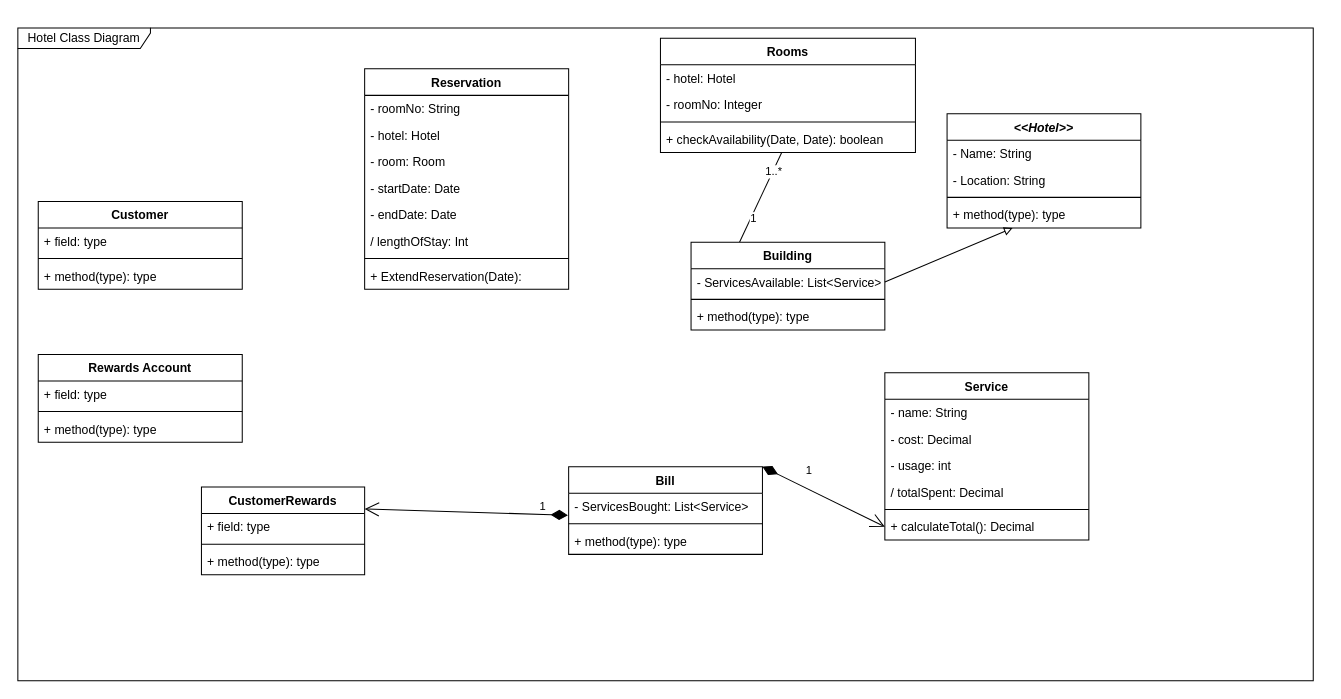
This is Assign2 Hotel Class Diagram.drawio from Darren-ODonnell/BusinessModellingDiagrams, a draw.io file, before an edit. Source tidied: cells renumbered, new cells numbered last; positions are measured from the earlier drawing's top-left corner, leaving out a move shared by most shapes. Both pictures are drawn from the tidied source at 102%, with x=0, y=0 at pixel (17, 28).
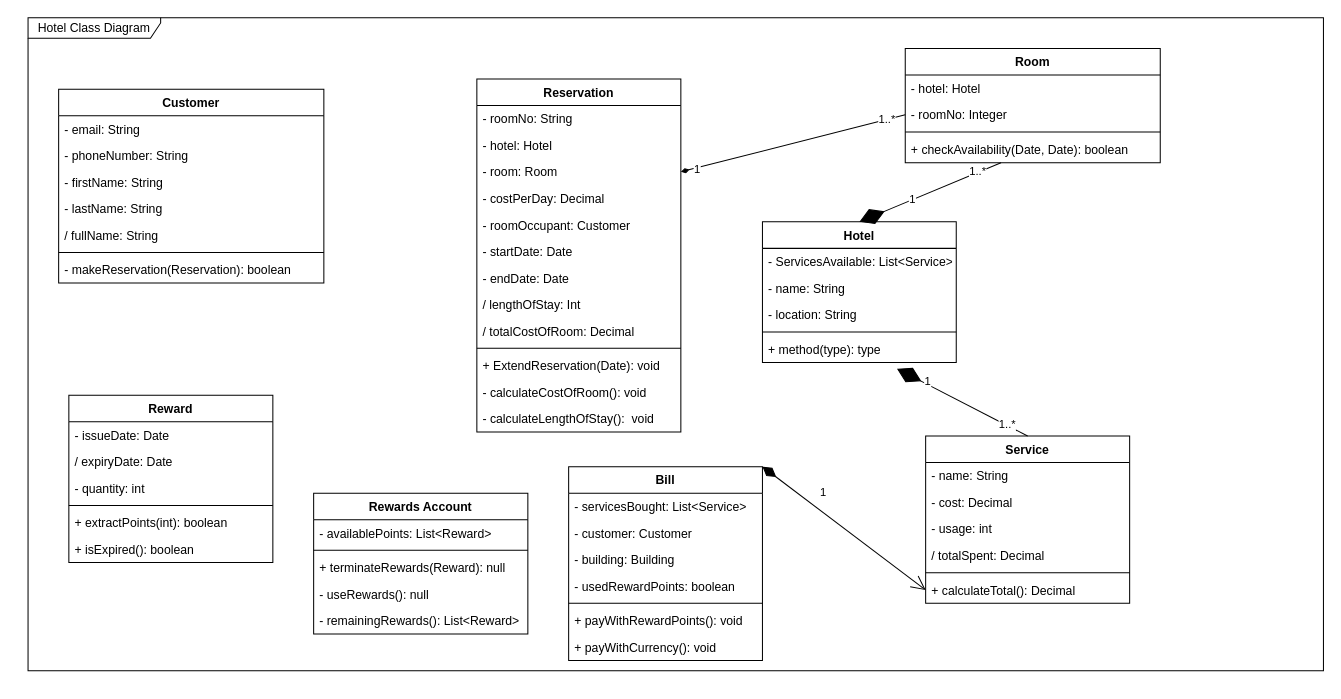
After the change.

The change refers to these unchanged cells:
```xml
<mxCell id="10" value="- room: Room" style="text;strokeColor=none;fillColor=none;align=left;verticalAlign=top;spacingLeft=4;spacingRight=4;overflow=hidden;points=[[0,0.5],[1,0.5]];portConstraint=eastwest;" parent="7" vertex="1">
  <mxGeometry y="78" width="200" height="26" as="geometry" />
</mxCell>
<mxCell id="47" value="- ServicesAvailable: List&lt;Service&gt;" style="text;strokeColor=none;fillColor=none;align=left;verticalAlign=top;spacingLeft=4;spacingRight=4;overflow=hidden;points=[[0,0.5],[1,0.5]];portConstraint=eastwest;" parent="46" vertex="1">
  <mxGeometry y="26" width="190" height="26" as="geometry" />
</mxCell>
<mxCell id="52" value="- roomNo: Integer" style="text;strokeColor=none;fillColor=none;align=left;verticalAlign=top;spacingLeft=4;spacingRight=4;overflow=hidden;points=[[0,0.5],[1,0.5]];portConstraint=eastwest;" parent="50" vertex="1">
  <mxGeometry y="52" width="250" height="26" as="geometry" />
</mxCell>
<mxCell id="54" value="+ checkAvailability(Date, Date): boolean" style="text;strokeColor=none;fillColor=none;align=left;verticalAlign=top;spacingLeft=4;spacingRight=4;overflow=hidden;points=[[0,0.5],[1,0.5]];portConstraint=eastwest;" parent="50" vertex="1">
  <mxGeometry y="86" width="250" height="26" as="geometry" />
</mxCell>
```

Change to the diagram source:
```diff
@@
     <mxCell id="2" value="Hotel Class Diagram" style="shape=umlFrame;whiteSpace=wrap;html=1;width=130;height=20;" parent="1" vertex="1">
-      <mxGeometry width="1270" height="640" as="geometry" />
+      <mxGeometry x="10" y="-10" width="1270" height="640" as="geometry" />
     </mxCell>
     <mxCell id="3" value="Customer" style="swimlane;fontStyle=1;align=center;verticalAlign=top;horizontal=1;startSize=26;" parent="1" vertex="1">
-      <mxGeometry x="20" y="170" width="200" height="86" as="geometry" />
+      <mxGeometry x="40" y="60" width="260" height="190" as="geometry" />
     </mxCell>
-    <mxCell id="4" value="+ field: type" style="text;strokeColor=none;fillColor=none;align=left;verticalAlign=top;spacingLeft=4;spacingRight=4;overflow=hidden;" parent="3" vertex="1">
-      <mxGeometry y="26" width="200" height="26" as="geometry" />
+    <mxCell id="4" value="- email: String" style="text;strokeColor=none;fillColor=none;align=left;verticalAlign=top;spacingLeft=4;spacingRight=4;overflow=hidden;" parent="3" vertex="1">
+      <mxGeometry y="26" width="260" height="26" as="geometry" />
     </mxCell>
+    <mxCell id="55" value="- phoneNumber: String" style="text;strokeColor=none;fillColor=none;align=left;verticalAlign=top;spacingLeft=4;spacingRight=4;overflow=hidden;" parent="3" vertex="1">
+      <mxGeometry y="52" width="260" height="26" as="geometry" />
+    </mxCell>
+    <mxCell id="56" value="- firstName: String" style="text;strokeColor=none;fillColor=none;align=left;verticalAlign=top;spacingLeft=4;spacingRight=4;overflow=hidden;" parent="3" vertex="1">
+      <mxGeometry y="78" width="260" height="26" as="geometry" />
+    </mxCell>
+    <mxCell id="57" value="- lastName: String" style="text;strokeColor=none;fillColor=none;align=left;verticalAlign=top;spacingLeft=4;spacingRight=4;overflow=hidden;" parent="3" vertex="1">
+      <mxGeometry y="104" width="260" height="26" as="geometry" />
+    </mxCell>
+    <mxCell id="58" value="/ fullName: String" style="text;strokeColor=none;fillColor=none;align=left;verticalAlign=top;spacingLeft=4;spacingRight=4;overflow=hidden;" parent="3" vertex="1">
+      <mxGeometry y="130" width="260" height="26" as="geometry" />
+    </mxCell>
     <mxCell id="5" style="line;strokeWidth=1;fillColor=none;align=left;verticalAlign=middle;spacingTop=-1;spacingLeft=3;spacingRight=3;labelPosition=right;" parent="3" vertex="1">
-      <mxGeometry y="52" width="200" height="8" as="geometry" />
+      <mxGeometry y="156" width="260" height="8" as="geometry" />
     </mxCell>
-    <mxCell id="6" value="+ method(type): type" style="text;strokeColor=none;fillColor=none;align=left;verticalAlign=top;spacingLeft=4;spacingRight=4;overflow=hidden;" parent="3" vertex="1">
-      <mxGeometry y="60" width="200" height="26" as="geometry" />
+    <mxCell id="6" value="- makeReservation(Reservation): boolean" style="text;strokeColor=none;fillColor=none;align=left;verticalAlign=top;spacingLeft=4;spacingRight=4;overflow=hidden;" parent="3" vertex="1">
+      <mxGeometry y="164" width="260" height="26" as="geometry" />
     </mxCell>
     <mxCell id="7" value="Reservation" style="swimlane;fontStyle=1;align=center;verticalAlign=top;horizontal=1;startSize=26;" parent="1" vertex="1">
-      <mxGeometry x="340" y="40" width="200" height="216" as="geometry" />
+      <mxGeometry x="450" y="50" width="200" height="346" as="geometry" />
     </mxCell>
@@
+    <mxCell id="59" value="- costPerDay: Decimal" style="text;strokeColor=none;fillColor=none;align=left;verticalAlign=top;spacingLeft=4;spacingRight=4;overflow=hidden;" parent="7" vertex="1">
+      <mxGeometry y="104" width="200" height="26" as="geometry" />
+    </mxCell>
+    <mxCell id="60" value="- roomOccupant: Customer" style="text;strokeColor=none;fillColor=none;align=left;verticalAlign=top;spacingLeft=4;spacingRight=4;overflow=hidden;" parent="7" vertex="1">
+      <mxGeometry y="130" width="200" height="26" as="geometry" />
+    </mxCell>
     <mxCell id="11" value="- startDate: Date" style="text;strokeColor=none;fillColor=none;align=left;verticalAlign=top;spacingLeft=4;spacingRight=4;overflow=hidden;" parent="7" vertex="1">
-      <mxGeometry y="104" width="200" height="26" as="geometry" />
+      <mxGeometry y="156" width="200" height="26" as="geometry" />
     </mxCell>
     <mxCell id="12" value="- endDate: Date" style="text;strokeColor=none;fillColor=none;align=left;verticalAlign=top;spacingLeft=4;spacingRight=4;overflow=hidden;" parent="7" vertex="1">
-      <mxGeometry y="130" width="200" height="26" as="geometry" />
+      <mxGeometry y="182" width="200" height="26" as="geometry" />
     </mxCell>
     <mxCell id="13" value="/ lengthOfStay: Int" style="text;strokeColor=none;fillColor=none;align=left;verticalAlign=top;spacingLeft=4;spacingRight=4;overflow=hidden;" parent="7" vertex="1">
-      <mxGeometry y="156" width="200" height="26" as="geometry" />
+      <mxGeometry y="208" width="200" height="26" as="geometry" />
     </mxCell>
+    <mxCell id="61" value="/ totalCostOfRoom: Decimal" style="text;strokeColor=none;fillColor=none;align=left;verticalAlign=top;spacingLeft=4;spacingRight=4;overflow=hidden;" parent="7" vertex="1">
+      <mxGeometry y="234" width="200" height="26" as="geometry" />
+    </mxCell>
     <mxCell id="14" style="line;strokeWidth=1;fillColor=none;align=left;verticalAlign=middle;spacingTop=-1;spacingLeft=3;spacingRight=3;labelPosition=right;" parent="7" vertex="1">
-      <mxGeometry y="182" width="200" height="8" as="geometry" />
+      <mxGeometry y="260" width="200" height="8" as="geometry" />
     </mxCell>
-    <mxCell id="15" value="+ ExtendReservation(Date): " style="text;strokeColor=none;fillColor=none;align=left;verticalAlign=top;spacingLeft=4;spacingRight=4;overflow=hidden;" parent="7" vertex="1">
-      <mxGeometry y="190" width="200" height="26" as="geometry" />
+    <mxCell id="15" value="+ ExtendReservation(Date): void" style="text;strokeColor=none;fillColor=none;align=left;verticalAlign=top;spacingLeft=4;spacingRight=4;overflow=hidden;" parent="7" vertex="1">
+      <mxGeometry y="268" width="200" height="26" as="geometry" />
     </mxCell>
-    <mxCell id="16" style="edgeStyle=none;rounded=0;jettySize=auto;html=1;exitX=0.25;exitY=0;exitDx=0;exitDy=0;endArrow=none;endFill=0;" parent="1" edge="1" source="46" target="54">
-      <mxGeometry relative="1" as="geometry" />
-    </mxCell>
-    <mxCell id="17" value="1" style="edgeLabel;html=1;align=center;verticalAlign=middle;" parent="16" vertex="1">
-      <mxGeometry x="-0.46" y="-2" relative="1" as="geometry">
-        <mxPoint y="-1" as="offset" />
-      </mxGeometry>
-    </mxCell>
-    <mxCell id="18" value="1..*" style="edgeLabel;html=1;align=center;verticalAlign=middle;" parent="16" vertex="1">
-      <mxGeometry x="0.59" relative="1" as="geometry" />
-    </mxCell>
-    <mxCell id="19" value="&lt;&lt;Hotel&gt;&gt;" style="swimlane;fontStyle=3;align=center;verticalAlign=top;horizontal=1;startSize=26;" parent="1" vertex="1">
-      <mxGeometry x="911" y="84" width="190" height="112" as="geometry" />
-    </mxCell>
-    <mxCell id="20" value="- Name: String" style="text;strokeColor=none;fillColor=none;align=left;verticalAlign=top;spacingLeft=4;spacingRight=4;overflow=hidden;" parent="19" vertex="1">
-      <mxGeometry y="26" width="190" height="26" as="geometry" />
-    </mxCell>
-    <mxCell id="21" value="- Location: String" style="text;strokeColor=none;fillColor=none;align=left;verticalAlign=top;spacingLeft=4;spacingRight=4;overflow=hidden;" parent="19" vertex="1">
-      <mxGeometry y="52" width="190" height="26" as="geometry" />
-    </mxCell>
-    <mxCell id="22" style="line;strokeWidth=1;fillColor=none;align=left;verticalAlign=middle;spacingTop=-1;spacingLeft=3;spacingRight=3;labelPosition=right;" parent="19" vertex="1">
-      <mxGeometry y="78" width="190" height="8" as="geometry" />
-    </mxCell>
-    <mxCell id="23" value="+ method(type): type" style="text;strokeColor=none;fillColor=none;align=left;verticalAlign=top;spacingLeft=4;spacingRight=4;overflow=hidden;points=[[0,0.5],[1,0.5]];portConstraint=eastwest;" parent="19" vertex="1">
-      <mxGeometry y="86" width="190" height="26" as="geometry" />
-    </mxCell>
+    <mxCell id="62" value="- calculateCostOfRoom(): void" style="text;strokeColor=none;fillColor=none;align=left;verticalAlign=top;spacingLeft=4;spacingRight=4;overflow=hidden;" parent="7" vertex="1">
+      <mxGeometry y="294" width="200" height="26" as="geometry" />
+    </mxCell>
+    <mxCell id="63" value="- calculateLengthOfStay():  void" style="text;strokeColor=none;fillColor=none;align=left;verticalAlign=top;spacingLeft=4;spacingRight=4;overflow=hidden;" parent="7" vertex="1">
+      <mxGeometry y="320" width="200" height="26" as="geometry" />
+    </mxCell>
     <mxCell id="24" value="Service" style="swimlane;fontStyle=1;align=center;verticalAlign=top;horizontal=1;startSize=26;" parent="1" vertex="1">
-      <mxGeometry x="850" y="338" width="200" height="164" as="geometry" />
+      <mxGeometry x="890" y="400" width="200" height="164" as="geometry" />
     </mxCell>
@@
     <mxCell id="31" value="Bill" style="swimlane;fontStyle=1;align=center;verticalAlign=top;horizontal=1;startSize=26;" parent="1" vertex="1">
-      <mxGeometry x="540" y="430" width="190" height="86" as="geometry" />
+      <mxGeometry x="540" y="430" width="190" height="190" as="geometry" />
     </mxCell>
-    <mxCell id="32" value="- ServicesBought: List&lt;Service&gt;" style="text;strokeColor=none;fillColor=none;align=left;verticalAlign=top;spacingLeft=4;spacingRight=4;overflow=hidden;points=[[0,0.5],[1,0.5]];portConstraint=eastwest;" parent="31" vertex="1">
+    <mxCell id="32" value="- servicesBought: List&lt;Service&gt;" style="text;strokeColor=none;fillColor=none;align=left;verticalAlign=top;spacingLeft=4;spacingRight=4;overflow=hidden;points=[[0,0.5],[1,0.5]];portConstraint=eastwest;" parent="31" vertex="1">
       <mxGeometry y="26" width="190" height="26" as="geometry" />
     </mxCell>
+    <mxCell id="64" value="- customer: Customer " style="text;strokeColor=none;fillColor=none;align=left;verticalAlign=top;spacingLeft=4;spacingRight=4;overflow=hidden;" parent="31" vertex="1">
+      <mxGeometry y="52" width="190" height="26" as="geometry" />
+    </mxCell>
+    <mxCell id="65" value="- building: Building" style="text;strokeColor=none;fillColor=none;align=left;verticalAlign=top;spacingLeft=4;spacingRight=4;overflow=hidden;" parent="31" vertex="1">
+      <mxGeometry y="78" width="190" height="26" as="geometry" />
+    </mxCell>
+    <mxCell id="66" value="- usedRewardPoints: boolean" style="text;strokeColor=none;fillColor=none;align=left;verticalAlign=top;spacingLeft=4;spacingRight=4;overflow=hidden;" parent="31" vertex="1">
+      <mxGeometry y="104" width="190" height="26" as="geometry" />
+    </mxCell>
     <mxCell id="33" style="line;strokeWidth=1;fillColor=none;align=left;verticalAlign=middle;spacingTop=-1;spacingLeft=3;spacingRight=3;labelPosition=right;" parent="31" vertex="1">
-      <mxGeometry y="52" width="190" height="8" as="geometry" />
+      <mxGeometry y="130" width="190" height="8" as="geometry" />
     </mxCell>
-    <mxCell id="34" value="+ method(type): type" style="text;strokeColor=none;fillColor=none;align=left;verticalAlign=top;spacingLeft=4;spacingRight=4;overflow=hidden;" parent="31" vertex="1">
-      <mxGeometry y="60" width="190" height="26" as="geometry" />
+    <mxCell id="34" value="+ payWithRewardPoints(): void" style="text;strokeColor=none;fillColor=none;align=left;verticalAlign=top;spacingLeft=4;spacingRight=4;overflow=hidden;" parent="31" vertex="1">
+      <mxGeometry y="138" width="190" height="26" as="geometry" />
     </mxCell>
+    <mxCell id="67" value="+ payWithCurrency(): void" style="text;strokeColor=none;fillColor=none;align=left;verticalAlign=top;spacingLeft=4;spacingRight=4;overflow=hidden;" parent="31" vertex="1">
+      <mxGeometry y="164" width="190" height="26" as="geometry" />
+    </mxCell>
-    <mxCell id="35" value="CustomerRewards" style="swimlane;fontStyle=1;align=center;verticalAlign=top;horizontal=1;startSize=26;" parent="1" vertex="1">
-      <mxGeometry x="180" y="450" width="160" height="86" as="geometry" />
+    <mxCell id="35" value="Reward" style="swimlane;fontStyle=1;align=center;verticalAlign=top;horizontal=1;startSize=26;" parent="1" vertex="1">
+      <mxGeometry x="50" y="360" width="200" height="164" as="geometry" />
     </mxCell>
-    <mxCell id="36" value="+ field: type" style="text;strokeColor=none;fillColor=none;align=left;verticalAlign=top;spacingLeft=4;spacingRight=4;overflow=hidden;" parent="35" vertex="1">
-      <mxGeometry y="26" width="160" height="26" as="geometry" />
+    <mxCell id="36" value="- issueDate: Date" style="text;strokeColor=none;fillColor=none;align=left;verticalAlign=top;spacingLeft=4;spacingRight=4;overflow=hidden;" parent="35" vertex="1">
+      <mxGeometry y="26" width="200" height="26" as="geometry" />
     </mxCell>
+    <mxCell id="68" value="/ expiryDate: Date" style="text;strokeColor=none;fillColor=none;align=left;verticalAlign=top;spacingLeft=4;spacingRight=4;overflow=hidden;" parent="35" vertex="1">
+      <mxGeometry y="52" width="200" height="26" as="geometry" />
+    </mxCell>
+    <mxCell id="69" value="- quantity: int" style="text;strokeColor=none;fillColor=none;align=left;verticalAlign=top;spacingLeft=4;spacingRight=4;overflow=hidden;" parent="35" vertex="1">
+      <mxGeometry y="78" width="200" height="26" as="geometry" />
+    </mxCell>
     <mxCell id="37" style="line;strokeWidth=1;fillColor=none;align=left;verticalAlign=middle;spacingTop=-1;spacingLeft=3;spacingRight=3;labelPosition=right;" parent="35" vertex="1">
-      <mxGeometry y="52" width="160" height="8" as="geometry" />
+      <mxGeometry y="104" width="200" height="8" as="geometry" />
     </mxCell>
-    <mxCell id="38" value="+ method(type): type" style="text;strokeColor=none;fillColor=none;align=left;verticalAlign=top;spacingLeft=4;spacingRight=4;overflow=hidden;" parent="35" vertex="1">
-      <mxGeometry y="60" width="160" height="26" as="geometry" />
+    <mxCell id="38" value="+ extractPoints(int): boolean" style="text;strokeColor=none;fillColor=none;align=left;verticalAlign=top;spacingLeft=4;spacingRight=4;overflow=hidden;" parent="35" vertex="1">
+      <mxGeometry y="112" width="200" height="26" as="geometry" />
     </mxCell>
+    <mxCell id="70" value="+ isExpired(): boolean" style="text;strokeColor=none;fillColor=none;align=left;verticalAlign=top;spacingLeft=4;spacingRight=4;overflow=hidden;" parent="35" vertex="1">
+      <mxGeometry y="138" width="200" height="26" as="geometry" />
+    </mxCell>
     <mxCell id="39" value="Rewards Account" style="swimlane;fontStyle=1;align=center;verticalAlign=top;horizontal=1;startSize=26;" parent="1" vertex="1">
-      <mxGeometry x="20" y="320" width="200" height="86" as="geometry" />
+      <mxGeometry x="290" y="456" width="210" height="138" as="geometry" />
     </mxCell>
-    <mxCell id="40" value="+ field: type" style="text;strokeColor=none;fillColor=none;align=left;verticalAlign=top;spacingLeft=4;spacingRight=4;overflow=hidden;" parent="39" vertex="1">
-      <mxGeometry y="26" width="200" height="26" as="geometry" />
+    <mxCell id="40" value="- availablePoints: List&lt;Reward&gt;" style="text;strokeColor=none;fillColor=none;align=left;verticalAlign=top;spacingLeft=4;spacingRight=4;overflow=hidden;" parent="39" vertex="1">
+      <mxGeometry y="26" width="210" height="26" as="geometry" />
     </mxCell>
     <mxCell id="41" style="line;strokeWidth=1;fillColor=none;align=left;verticalAlign=middle;spacingTop=-1;spacingLeft=3;spacingRight=3;labelPosition=right;" parent="39" vertex="1">
-      <mxGeometry y="52" width="200" height="8" as="geometry" />
+      <mxGeometry y="52" width="210" height="8" as="geometry" />
     </mxCell>
-    <mxCell id="42" value="+ method(type): type" style="text;strokeColor=none;fillColor=none;align=left;verticalAlign=top;spacingLeft=4;spacingRight=4;overflow=hidden;" parent="39" vertex="1">
-      <mxGeometry y="60" width="200" height="26" as="geometry" />
+    <mxCell id="42" value="+ terminateRewards(Reward): null" style="text;strokeColor=none;fillColor=none;align=left;verticalAlign=top;spacingLeft=4;spacingRight=4;overflow=hidden;" parent="39" vertex="1">
+      <mxGeometry y="60" width="210" height="26" as="geometry" />
     </mxCell>
-    <mxCell id="43" value="1" style="endArrow=open;html=1;endSize=12;startArrow=diamondThin;startSize=14;startFill=1;align=left;verticalAlign=bottom;rounded=0;exitX=-0.004;exitY=0.831;exitDx=0;exitDy=0;exitPerimeter=0;entryX=1;entryY=0.25;entryDx=0;entryDy=0;" parent="1" edge="1" source="32" target="35">
-      <mxGeometry x="-0.71" y="1" relative="1" as="geometry" />
-    </mxCell>
+    <mxCell id="71" value="- useRewards(): null" style="text;strokeColor=none;fillColor=none;align=left;verticalAlign=top;spacingLeft=4;spacingRight=4;overflow=hidden;" parent="39" vertex="1">
+      <mxGeometry y="86" width="210" height="26" as="geometry" />
+    </mxCell>
+    <mxCell id="72" value="- remainingRewards(): List&lt;Reward&gt;" style="text;strokeColor=none;fillColor=none;align=left;verticalAlign=top;spacingLeft=4;spacingRight=4;overflow=hidden;" parent="39" vertex="1">
+      <mxGeometry y="112" width="210" height="26" as="geometry" />
+    </mxCell>
@@
-    <mxCell id="45" style="rounded=0;jettySize=auto;html=1;exitX=1;exitY=0.5;exitDx=0;exitDy=0;endArrow=block;endFill=0;" parent="1" edge="1" source="47" target="23">
-      <mxGeometry relative="1" as="geometry" />
-    </mxCell>
-    <mxCell id="46" value="Building" style="swimlane;fontStyle=1;align=center;verticalAlign=top;horizontal=1;startSize=26;" parent="1" vertex="1">
-      <mxGeometry x="660" y="210" width="190" height="86" as="geometry" />
+    <mxCell id="46" value="Hotel" style="swimlane;fontStyle=1;align=center;verticalAlign=top;horizontal=1;startSize=26;" parent="1" vertex="1">
+      <mxGeometry x="730" y="190" width="190" height="138" as="geometry" />
     </mxCell>
@@
+    <mxCell id="73" value="- name: String" style="text;strokeColor=none;fillColor=none;align=left;verticalAlign=top;spacingLeft=4;spacingRight=4;overflow=hidden;" parent="46" vertex="1">
+      <mxGeometry y="52" width="190" height="26" as="geometry" />
+    </mxCell>
+    <mxCell id="74" value="- location: String" style="text;strokeColor=none;fillColor=none;align=left;verticalAlign=top;spacingLeft=4;spacingRight=4;overflow=hidden;" parent="46" vertex="1">
+      <mxGeometry y="78" width="190" height="26" as="geometry" />
+    </mxCell>
     <mxCell id="48" style="line;strokeWidth=1;fillColor=none;align=left;verticalAlign=middle;spacingTop=-1;spacingLeft=3;spacingRight=3;labelPosition=right;" parent="46" vertex="1">
-      <mxGeometry y="52" width="190" height="8" as="geometry" />
+      <mxGeometry y="104" width="190" height="8" as="geometry" />
     </mxCell>
     <mxCell id="49" value="+ method(type): type" style="text;strokeColor=none;fillColor=none;align=left;verticalAlign=top;spacingLeft=4;spacingRight=4;overflow=hidden;points=[[0,0.5],[1,0.5]];portConstraint=eastwest;" parent="46" vertex="1">
-      <mxGeometry y="60" width="190" height="26" as="geometry" />
+      <mxGeometry y="112" width="190" height="26" as="geometry" />
     </mxCell>
-    <mxCell id="50" value="Rooms" style="swimlane;fontStyle=1;align=center;verticalAlign=top;horizontal=1;startSize=26;" parent="1" vertex="1">
-      <mxGeometry x="630" y="10" width="250" height="112" as="geometry" />
+    <mxCell id="50" value="Room" style="swimlane;fontStyle=1;align=center;verticalAlign=top;horizontal=1;startSize=26;" parent="1" vertex="1">
+      <mxGeometry x="870" y="20" width="250" height="112" as="geometry" />
     </mxCell>
@@
+    <mxCell id="75" style="endArrow=diamondThin;endFill=1;endSize=24;html=1;rounded=0;targetPerimeterSpacing=6;entryX=0.5;entryY=0;entryDx=0;entryDy=0;" parent="1" edge="1" source="54" target="46">
+      <mxGeometry relative="1" as="geometry" />
+    </mxCell>
+    <mxCell id="76" value="1" style="edgeLabel;html=1;align=center;verticalAlign=middle;" parent="75" vertex="1">
+      <mxGeometry x="0.25" y="-1" relative="1" as="geometry" />
+    </mxCell>
+    <mxCell id="77" value="1..*" style="edgeLabel;html=1;align=center;verticalAlign=middle;" parent="75" vertex="1">
+      <mxGeometry x="-0.67" y="-1" relative="1" as="geometry" />
+    </mxCell>
+    <mxCell id="78" style="endArrow=diamondThin;endFill=1;endSize=24;html=1;rounded=0;targetPerimeterSpacing=6;exitX=0.5;exitY=0;exitDx=0;exitDy=0;" parent="1" edge="1" source="24" target="49">
+      <mxGeometry relative="1" as="geometry" />
+    </mxCell>
+    <mxCell id="79" value="1" style="edgeLabel;html=1;align=center;verticalAlign=middle;" parent="78" vertex="1">
+      <mxGeometry x="0.25" y="-1" relative="1" as="geometry">
+        <mxPoint x="-19" y="-12" as="offset" />
+      </mxGeometry>
+    </mxCell>
+    <mxCell id="80" value="1..*" style="edgeLabel;html=1;align=center;verticalAlign=middle;" parent="78" vertex="1">
+      <mxGeometry x="-0.67" y="-1" relative="1" as="geometry" />
+    </mxCell>
+    <mxCell id="81" style="edgeStyle=none;rounded=0;jettySize=auto;html=1;exitX=1;exitY=0.5;exitDx=0;exitDy=0;entryX=0;entryY=0.5;entryDx=0;entryDy=0;startArrow=diamondThin;startFill=1;endArrow=none;endFill=0;targetPerimeterSpacing=6;" parent="1" edge="1" source="10" target="52">
+      <mxGeometry relative="1" as="geometry" />
+    </mxCell>
+    <mxCell id="82" value="1" style="edgeLabel;html=1;align=center;verticalAlign=middle;" parent="81" vertex="1">
+      <mxGeometry x="-0.86" y="-1" relative="1" as="geometry" />
+    </mxCell>
+    <mxCell id="83" value="1..*" style="edgeLabel;html=1;align=center;verticalAlign=middle;" parent="81" vertex="1">
+      <mxGeometry x="0.83" relative="1" as="geometry" />
+    </mxCell>
```
